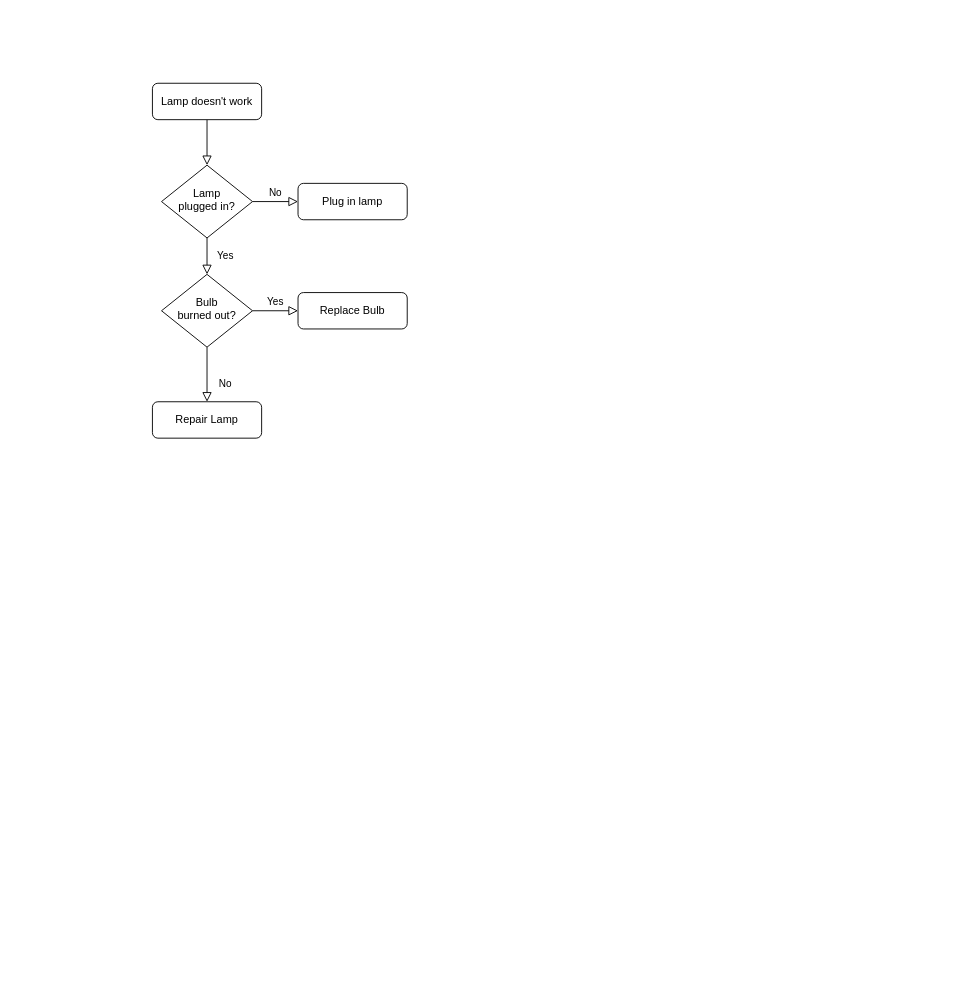
The draw.io diagram 제목 없는 다이어그램.drawio in hippocampotamus/infographic, before the edit. Source tidied: cells renumbered, new cells numbered last; positions are measured from the earlier drawing's top-left corner, leaving out a move shared by most shapes. Both pictures are drawn from the tidied source at 91%, with x=0, y=0 at pixel (152, 83).
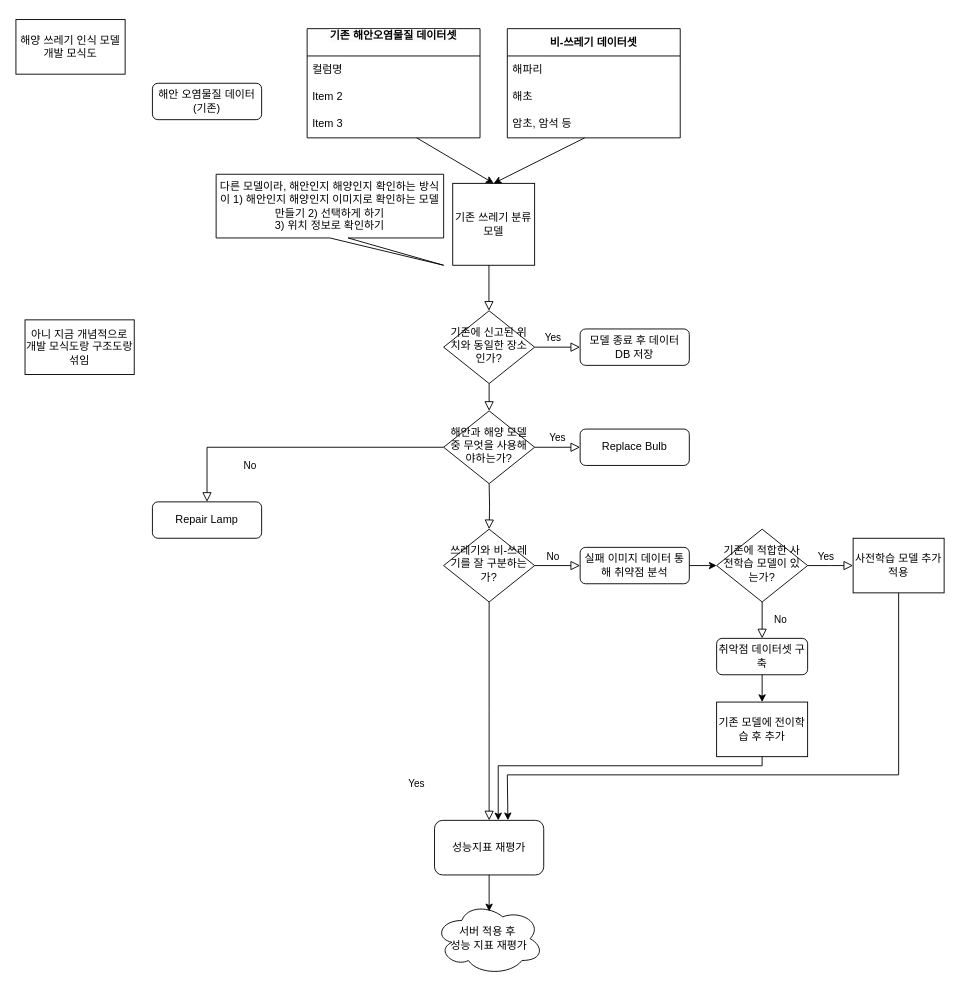
The same diagram, later.

Commit message:
해양 쓰레기 인식 모델 개발 모식도.drawio 업데이트

Diff of the diagram source:
```diff
@@
-    <mxCell id="2" style="rounded=0;html=1;jettySize=auto;fontSize=11;endArrow=block;endFill=0;endSize=8;strokeWidth=1;shadow=0;labelBackgroundColor=none;edgeStyle=orthogonalEdgeStyle;" parent="1" edge="1" source="3" target="6">
-      <mxGeometry relative="1" as="geometry" />
+    <mxCell id="2" style="rounded=0;html=1;jettySize=auto;fontSize=11;endArrow=block;endFill=0;endSize=8;strokeWidth=1;shadow=0;labelBackgroundColor=none;edgeStyle=orthogonalEdgeStyle;" parent="1" edge="1" target="6">
+      <mxGeometry relative="1" as="geometry">
+        <mxPoint x="370" y="440" as="sourcePoint" />
+      </mxGeometry>
     </mxCell>
-    <mxCell id="3" value="Lamp doesn't work" style="rounded=1;whiteSpace=wrap;html=1;fontSize=12;glass=0;strokeWidth=1;shadow=0;" parent="1" vertex="1">
+    <mxCell id="3" value="해안 오염물질 데이터(기존)" style="rounded=1;whiteSpace=wrap;html=1;fontSize=12;glass=0;strokeWidth=1;shadow=0;" parent="1" vertex="1">
       <mxGeometry width="120" height="40" as="geometry" />
     </mxCell>
-    <mxCell id="4" value="Yes" style="rounded=0;html=1;jettySize=auto;fontSize=11;endArrow=block;endFill=0;endSize=8;strokeWidth=1;shadow=0;labelBackgroundColor=none;edgeStyle=orthogonalEdgeStyle;" parent="1" edge="1" source="6" target="10">
-      <mxGeometry y="20" relative="1" as="geometry" />
+    <mxCell id="4" value="Yes" style="rounded=0;html=1;jettySize=auto;orthogonalLoop=1;fontSize=11;endArrow=block;endFill=0;endSize=8;strokeWidth=1;shadow=0;labelBackgroundColor=none;edgeStyle=orthogonalEdgeStyle;" parent="1" edge="1">
+      <mxGeometry x="1" y="-141" relative="1" as="geometry">
+        <mxPoint x="370" y="810" as="sourcePoint" />
+        <mxPoint x="370" y="810" as="targetPoint" />
+        <mxPoint x="-80" y="-40" as="offset" />
+      </mxGeometry>
     </mxCell>
     <mxCell id="5" value="No" style="edgeStyle=orthogonalEdgeStyle;rounded=0;html=1;jettySize=auto;fontSize=11;endArrow=block;endFill=0;endSize=8;strokeWidth=1;shadow=0;labelBackgroundColor=none;" parent="1" edge="1" source="6" target="7">
-      <mxGeometry y="10" relative="1" as="geometry" />
+      <mxGeometry x="-0.2" y="10" relative="1" as="geometry" />
     </mxCell>
-    <mxCell id="6" value="Lamp&lt;br&gt;plugged in?" style="rhombus;whiteSpace=wrap;html=1;shadow=0;fontFamily=Helvetica;fontSize=12;align=center;strokeWidth=1;spacing=6;spacingTop=-4;" parent="1" vertex="1">
-      <mxGeometry x="10" y="90" width="100" height="80" as="geometry" />
+    <mxCell id="6" value="쓰레기와 비-쓰레기를 잘 구분하는가?" style="rhombus;whiteSpace=wrap;html=1;shadow=0;fontFamily=Helvetica;fontSize=12;align=center;strokeWidth=1;spacing=6;spacingTop=-4;" parent="1" vertex="1">
+      <mxGeometry x="320" y="490" width="100" height="80" as="geometry" />
     </mxCell>
-    <mxCell id="7" value="Plug in lamp" style="rounded=1;whiteSpace=wrap;html=1;fontSize=12;glass=0;strokeWidth=1;shadow=0;" parent="1" vertex="1">
-      <mxGeometry x="160" y="110" width="120" height="40" as="geometry" />
+    <mxCell id="7" value="실패 이미지 데이터 통해 취약점 분석" style="rounded=1;whiteSpace=wrap;html=1;fontSize=12;glass=0;strokeWidth=1;shadow=0;" parent="1" vertex="1">
+      <mxGeometry x="470" y="510" width="120" height="40" as="geometry" />
     </mxCell>
@@
-    <mxCell id="10" value="Bulb&lt;br&gt;burned out?" style="rhombus;whiteSpace=wrap;html=1;shadow=0;fontFamily=Helvetica;fontSize=12;align=center;strokeWidth=1;spacing=6;spacingTop=-4;" parent="1" vertex="1">
-      <mxGeometry x="10" y="210" width="100" height="80" as="geometry" />
+    <mxCell id="10" value="해안과 해양 모델 중 무엇을 사용해야하는가?" style="rhombus;whiteSpace=wrap;html=1;shadow=0;fontFamily=Helvetica;fontSize=12;align=center;strokeWidth=1;spacing=6;spacingTop=-4;" parent="1" vertex="1">
+      <mxGeometry x="320" y="360" width="100" height="80" as="geometry" />
     </mxCell>
     <mxCell id="11" value="Repair Lamp" style="rounded=1;whiteSpace=wrap;html=1;fontSize=12;glass=0;strokeWidth=1;shadow=0;" parent="1" vertex="1">
-      <mxGeometry y="350" width="120" height="40" as="geometry" />
+      <mxGeometry y="460" width="120" height="40" as="geometry" />
     </mxCell>
     <mxCell id="12" value="Replace Bulb" style="rounded=1;whiteSpace=wrap;html=1;fontSize=12;glass=0;strokeWidth=1;shadow=0;" parent="1" vertex="1">
-      <mxGeometry x="160" y="230" width="120" height="40" as="geometry" />
+      <mxGeometry x="470" y="380" width="120" height="40" as="geometry" />
     </mxCell>
+    <mxCell id="13" value="기존 쓰레기 분류 모델" style="whiteSpace=wrap;html=1;" parent="1" vertex="1">
+      <mxGeometry x="330" y="110" width="90" height="90" as="geometry" />
+    </mxCell>
+    <mxCell id="14" value="&#10;&lt;span style=&quot;color: rgb(0, 0, 0); font-family: Helvetica; font-size: 12px; font-style: normal; font-variant-ligatures: normal; font-variant-caps: normal; font-weight: 700; letter-spacing: normal; orphans: 2; text-align: center; text-indent: 0px; text-transform: none; widows: 2; word-spacing: 0px; -webkit-text-stroke-width: 0px; white-space: normal; background-color: rgb(251, 251, 251); text-decoration-thickness: initial; text-decoration-style: initial; text-decoration-color: initial; display: inline !important; float: none;&quot;&gt;기존 해안오염물질 데이터셋&lt;/span&gt;&#10;&#10;" style="swimlane;fontStyle=0;horizontal=1;startSize=30;whiteSpace=wrap;html=1;" parent="1" vertex="1">
+      <mxGeometry x="170" y="-60" width="190" height="120" as="geometry" />
+    </mxCell>
+    <mxCell id="15" value="컬럼명" style="text;strokeColor=none;fillColor=none;align=left;verticalAlign=middle;spacingLeft=4;spacingRight=4;overflow=hidden;whiteSpace=wrap;html=1;" parent="14" vertex="1">
+      <mxGeometry y="30" width="190" height="30" as="geometry" />
+    </mxCell>
+    <mxCell id="16" value="Item 2" style="text;strokeColor=none;fillColor=none;align=left;verticalAlign=middle;spacingLeft=4;spacingRight=4;overflow=hidden;whiteSpace=wrap;html=1;" parent="14" vertex="1">
+      <mxGeometry y="60" width="190" height="30" as="geometry" />
+    </mxCell>
+    <mxCell id="17" value="Item 3" style="text;strokeColor=none;fillColor=none;align=left;verticalAlign=middle;spacingLeft=4;spacingRight=4;overflow=hidden;points=[[0,0.5],[1,0.5]];portConstraint=eastwest;whiteSpace=wrap;html=1;" parent="14" vertex="1">
+      <mxGeometry y="90" width="190" height="30" as="geometry" />
+    </mxCell>
+    <mxCell id="18" value="&lt;span style=&quot;font-weight: 700;&quot;&gt;비-쓰레기 데이터셋&lt;/span&gt;" style="swimlane;fontStyle=0;horizontal=1;startSize=30;whiteSpace=wrap;html=1;" parent="1" vertex="1">
+      <mxGeometry x="390" y="-60" width="190" height="120" as="geometry" />
+    </mxCell>
+    <mxCell id="19" value="해파리" style="text;strokeColor=none;fillColor=none;align=left;verticalAlign=middle;spacingLeft=4;spacingRight=4;overflow=hidden;whiteSpace=wrap;html=1;" parent="18" vertex="1">
+      <mxGeometry y="30" width="190" height="30" as="geometry" />
+    </mxCell>
+    <mxCell id="20" value="해초" style="text;strokeColor=none;fillColor=none;align=left;verticalAlign=middle;spacingLeft=4;spacingRight=4;overflow=hidden;whiteSpace=wrap;html=1;" parent="18" vertex="1">
+      <mxGeometry y="60" width="190" height="30" as="geometry" />
+    </mxCell>
+    <mxCell id="21" value="암초, 암석 등" style="text;strokeColor=none;fillColor=none;align=left;verticalAlign=middle;spacingLeft=4;spacingRight=4;overflow=hidden;whiteSpace=wrap;html=1;" parent="18" vertex="1">
+      <mxGeometry y="90" width="190" height="30" as="geometry" />
+    </mxCell>
+    <mxCell id="22" style="endArrow=classic;html=1;rounded=0;entryX=0.5;entryY=0;entryDx=0;entryDy=0;" parent="1" edge="1" target="13">
+      <mxGeometry relative="1" as="geometry">
+        <mxPoint x="475" y="60" as="sourcePoint" />
+      </mxGeometry>
+    </mxCell>
+    <mxCell id="23" style="endArrow=classic;html=1;rounded=0;entryX=0.5;entryY=0;entryDx=0;entryDy=0;" parent="1" edge="1" source="17" target="13">
+      <mxGeometry relative="1" as="geometry" />
+    </mxCell>
+    <mxCell id="24" value="사전학습 모델 추가 적용" style="whiteSpace=wrap;html=1;align=center;verticalAlign=middle;" parent="1" vertex="1">
+      <mxGeometry x="770" y="500" width="100" height="60" as="geometry" />
+    </mxCell>
+    <mxCell id="25" value="기존 모델에 전이학습 후 추가" style="whiteSpace=wrap;html=1;align=center;verticalAlign=middle;" parent="1" vertex="1">
+      <mxGeometry x="620" y="680" width="100" height="60" as="geometry" />
+    </mxCell>
+    <mxCell id="26" style="rounded=0;html=1;jettySize=auto;orthogonalLoop=1;fontSize=11;endArrow=block;endFill=0;endSize=8;strokeWidth=1;shadow=0;labelBackgroundColor=none;edgeStyle=orthogonalEdgeStyle;" parent="1" edge="1">
+      <mxGeometry relative="1" as="geometry">
+        <mxPoint x="369.8" y="200" as="sourcePoint" />
+        <mxPoint x="369.8" y="250" as="targetPoint" />
+      </mxGeometry>
+    </mxCell>
+    <mxCell id="27" value="다른 모델이라, 해안인지 해양인지 확인하는 방식이 1) 해안인지 해양인지 이미지로 확인하는 모델 만들기 2) 선택하게 하기&lt;div&gt;3) 위치 정보로 확인하기&lt;/div&gt;" style="shape=callout;whiteSpace=wrap;html=1;perimeter=calloutPerimeter;position2=1;" parent="1" vertex="1">
+      <mxGeometry x="70" y="100" width="250" height="100" as="geometry" />
+    </mxCell>
+    <mxCell id="28" value="해양 쓰레기 인식 모델 개발 모식도" style="rounded=0;whiteSpace=wrap;html=1;" parent="1" vertex="1">
+      <mxGeometry x="-150" y="-70" width="120" height="60" as="geometry" />
+    </mxCell>
+    <mxCell id="29" value="No" style="rounded=0;html=1;jettySize=auto;fontSize=11;endArrow=block;endFill=0;endSize=8;strokeWidth=1;shadow=0;labelBackgroundColor=none;edgeStyle=orthogonalEdgeStyle;" parent="1" edge="1" source="31">
+      <mxGeometry y="20" relative="1" as="geometry">
+        <mxPoint x="670" y="610" as="targetPoint" />
+        <Array as="points">
+          <mxPoint x="620" y="570" />
+          <mxPoint x="620" y="570" />
+        </Array>
+      </mxGeometry>
+    </mxCell>
+    <mxCell id="30" value="Yes" style="edgeStyle=orthogonalEdgeStyle;rounded=0;html=1;jettySize=auto;fontSize=11;endArrow=block;endFill=0;endSize=8;strokeWidth=1;shadow=0;labelBackgroundColor=none;" parent="1" edge="1" source="31">
+      <mxGeometry x="-0.2" y="10" relative="1" as="geometry">
+        <mxPoint x="770" y="530" as="targetPoint" />
+      </mxGeometry>
+    </mxCell>
+    <mxCell id="31" value="기존에 적합한 사전학습 모델이 있는가?" style="rhombus;whiteSpace=wrap;html=1;shadow=0;fontFamily=Helvetica;fontSize=12;align=center;strokeWidth=1;spacing=6;spacingTop=-4;" parent="1" vertex="1">
+      <mxGeometry x="620" y="490" width="100" height="80" as="geometry" />
+    </mxCell>
+    <mxCell id="32" style="endArrow=classic;html=1;rounded=0;exitX=1;exitY=0.5;exitDx=0;exitDy=0;entryX=0;entryY=0.5;entryDx=0;entryDy=0;" parent="1" edge="1" source="7" target="31">
+      <mxGeometry relative="1" as="geometry" />
+    </mxCell>
+    <mxCell id="33" style="endArrow=classic;html=1;rounded=0;exitX=0.5;exitY=1;exitDx=0;exitDy=0;entryX=0.5;entryY=0;entryDx=0;entryDy=0;" parent="1" edge="1" source="34" target="25">
+      <mxGeometry relative="1" as="geometry" />
+    </mxCell>
+    <mxCell id="34" value="취악점 데이터셋 구축" style="rounded=1;whiteSpace=wrap;html=1;fontSize=12;glass=0;strokeWidth=1;shadow=0;" parent="1" vertex="1">
+      <mxGeometry x="620" y="610" width="100" height="40" as="geometry" />
+    </mxCell>
+    <mxCell id="35" style="endArrow=classic;html=1;rounded=0;entryX=1;entryY=0;entryDx=0;entryDy=0;exitX=0.5;exitY=1;exitDx=0;exitDy=0;" parent="1" edge="1" source="25">
+      <mxGeometry relative="1" as="geometry">
+        <mxPoint x="380" y="810" as="targetPoint" />
+        <Array as="points">
+          <mxPoint x="670" y="750" />
+          <mxPoint x="380" y="750" />
+        </Array>
+      </mxGeometry>
+    </mxCell>
+    <mxCell id="36" style="endArrow=classic;html=1;rounded=0;exitX=0.5;exitY=1;exitDx=0;exitDy=0;entryX=0.672;entryY=-0.002;entryDx=0;entryDy=0;entryPerimeter=0;" parent="1" edge="1" source="24" target="38">
+      <mxGeometry relative="1" as="geometry">
+        <Array as="points">
+          <mxPoint x="820" y="760" />
+          <mxPoint x="390" y="760" />
+        </Array>
+      </mxGeometry>
+    </mxCell>
+    <mxCell id="37" style="rounded=0;html=1;jettySize=auto;fontSize=11;endArrow=block;endFill=0;endSize=8;strokeWidth=1;shadow=0;labelBackgroundColor=none;edgeStyle=orthogonalEdgeStyle;" parent="1" edge="1" source="6">
+      <mxGeometry y="20" relative="1" as="geometry">
+        <mxPoint x="370" y="810" as="targetPoint" />
+      </mxGeometry>
+    </mxCell>
+    <mxCell id="38" value="성능지표 재평가" style="rounded=1;whiteSpace=wrap;html=1;" parent="1" vertex="1">
+      <mxGeometry x="310" y="810" width="120" height="60" as="geometry" />
+    </mxCell>
+    <mxCell id="39" value="서버 적용 후&amp;nbsp;&lt;div&gt;성능 지표 재평가&lt;/div&gt;" style="ellipse;shape=cloud;whiteSpace=wrap;html=1;" parent="1" vertex="1">
+      <mxGeometry x="310" y="900" width="120" height="80" as="geometry" />
+    </mxCell>
+    <mxCell id="40" style="endArrow=classic;html=1;rounded=0;exitX=0.5;exitY=1;exitDx=0;exitDy=0;" parent="1" edge="1" source="38">
+      <mxGeometry relative="1" as="geometry">
+        <mxPoint x="370" y="910" as="targetPoint" />
+      </mxGeometry>
+    </mxCell>
+    <mxCell id="41" style="rounded=0;html=1;jettySize=auto;fontSize=11;endArrow=block;endFill=0;endSize=8;strokeWidth=1;shadow=0;labelBackgroundColor=none;edgeStyle=orthogonalEdgeStyle;exitX=0.5;exitY=1;exitDx=0;exitDy=0;" parent="1" edge="1" source="43">
+      <mxGeometry relative="1" as="geometry">
+        <mxPoint x="370" y="360" as="targetPoint" />
+      </mxGeometry>
+    </mxCell>
+    <mxCell id="42" value="Yes" style="edgeStyle=orthogonalEdgeStyle;rounded=0;html=1;jettySize=auto;fontSize=11;endArrow=block;endFill=0;endSize=8;strokeWidth=1;shadow=0;labelBackgroundColor=none;" parent="1" edge="1" source="43" target="44">
+      <mxGeometry x="-0.2" y="10" relative="1" as="geometry" />
+    </mxCell>
+    <mxCell id="43" value="기존에 신고된 위치와 동일한 장소인가?" style="rhombus;whiteSpace=wrap;html=1;shadow=0;fontFamily=Helvetica;fontSize=12;align=center;strokeWidth=1;spacing=6;spacingTop=-4;" parent="1" vertex="1">
+      <mxGeometry x="320" y="250" width="100" height="80" as="geometry" />
+    </mxCell>
+    <mxCell id="44" value="모델 종료 후 데이터 DB 저장" style="rounded=1;whiteSpace=wrap;html=1;fontSize=12;glass=0;strokeWidth=1;shadow=0;" parent="1" vertex="1">
+      <mxGeometry x="470" y="270" width="120" height="40" as="geometry" />
+    </mxCell>
+    <mxCell id="45" value="아니 지금 개념적으로 개발 모식도랑 구조도랑 섞임" style="rounded=0;whiteSpace=wrap;html=1;" parent="1" vertex="1">
+      <mxGeometry x="-140" y="260" width="120" height="60" as="geometry" />
+    </mxCell>
```
